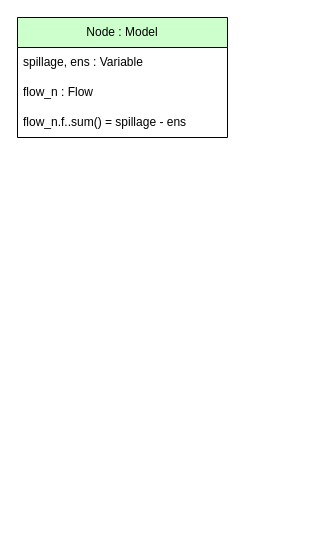
The draw.io diagram models-design/model_library/node.drawio in AntaresSimulatorTeam/andromede-modeling-prototype, before the edit. Source tidied: cells renumbered, new cells numbered last; positions are measured from the earlier drawing's top-left corner, leaving out a move shared by most shapes. Both pictures are drawn from the tidied source at 100%, with x=0, y=0 at pixel (17, 17).
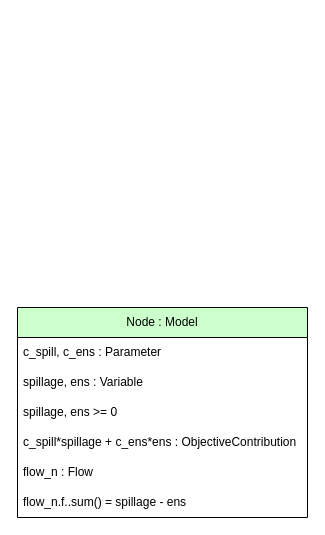
After the change.

The edit, as a diff of the source:
```diff
@@
 <mxGraphModel>
   <root>
     <mxCell id="0" />
     <mxCell id="1" parent="0" />
-    <mxCell id="2" value="Node : Model" style="swimlane;fontStyle=0;horizontal=1;startSize=30;whiteSpace=wrap;html=1;fillColor=#CCFFCC;fontColor=#000000;" parent="1" vertex="1">
-      <mxGeometry width="210" height="120" as="geometry" />
-    </mxCell>
+    <mxCell id="5" value="Node : Model" style="swimlane;fontStyle=0;horizontal=1;startSize=30;whiteSpace=wrap;html=1;fillColor=#CCFFCC;fontColor=#000000;" parent="1" vertex="1">
+      <mxGeometry y="290" width="290" height="210" as="geometry" />
+    </mxCell>
+    <mxCell id="6" value="c_spill, c_ens : Parameter" style="text;strokeColor=none;fillColor=none;align=left;verticalAlign=middle;spacingLeft=4;spacingRight=4;overflow=hidden;whiteSpace=wrap;html=1;" parent="5" vertex="1">
+      <mxGeometry y="30" width="290" height="30" as="geometry" />
+    </mxCell>
-    <mxCell id="3" value="spillage, ens : Variable" style="text;strokeColor=none;fillColor=none;align=left;verticalAlign=middle;spacingLeft=4;spacingRight=4;overflow=hidden;whiteSpace=wrap;html=1;" parent="2" vertex="1">
-      <mxGeometry y="30" width="210" height="30" as="geometry" />
+    <mxCell id="3" value="spillage, ens : Variable" style="text;strokeColor=none;fillColor=none;align=left;verticalAlign=middle;spacingLeft=4;spacingRight=4;overflow=hidden;whiteSpace=wrap;html=1;" parent="5" vertex="1">
+      <mxGeometry y="60" width="290" height="30" as="geometry" />
     </mxCell>
+    <mxCell id="7" value="spillage, ens &amp;gt;= 0" style="text;strokeColor=none;fillColor=none;align=left;verticalAlign=middle;spacingLeft=4;spacingRight=4;overflow=hidden;whiteSpace=wrap;html=1;" parent="5" vertex="1">
+      <mxGeometry y="90" width="290" height="30" as="geometry" />
+    </mxCell>
+    <mxCell id="8" value="c_spill*spillage + c_ens*ens : ObjectiveContribution" style="text;strokeColor=none;fillColor=none;align=left;verticalAlign=middle;spacingLeft=4;spacingRight=4;overflow=hidden;whiteSpace=wrap;html=1;" parent="5" vertex="1">
+      <mxGeometry y="120" width="290" height="30" as="geometry" />
+    </mxCell>
-    <mxCell id="4" value="flow_n : Flow" style="text;strokeColor=none;fillColor=none;align=left;verticalAlign=middle;spacingLeft=4;spacingRight=4;overflow=hidden;whiteSpace=wrap;html=1;" parent="2" vertex="1">
-      <mxGeometry y="60" width="210" height="30" as="geometry" />
+    <mxCell id="4" value="flow_n : Flow" style="text;strokeColor=none;fillColor=none;align=left;verticalAlign=middle;spacingLeft=4;spacingRight=4;overflow=hidden;whiteSpace=wrap;html=1;" parent="5" vertex="1">
+      <mxGeometry y="150" width="290" height="30" as="geometry" />
     </mxCell>
-    <mxCell id="5" value="flow_n.f..sum() = spillage - ens" style="text;strokeColor=none;fillColor=none;align=left;verticalAlign=middle;spacingLeft=4;spacingRight=4;overflow=hidden;whiteSpace=wrap;html=1;" parent="2" vertex="1">
-      <mxGeometry y="90" width="210" height="30" as="geometry" />
-    </mxCell>
+    <mxCell id="9" value="flow_n.f..sum() = spillage - ens" style="text;strokeColor=none;fillColor=none;align=left;verticalAlign=middle;spacingLeft=4;spacingRight=4;overflow=hidden;whiteSpace=wrap;html=1;" parent="5" vertex="1">
+      <mxGeometry y="180" width="290" height="30" as="geometry" />
+    </mxCell>
   </root>
 </mxGraphModel>
```
